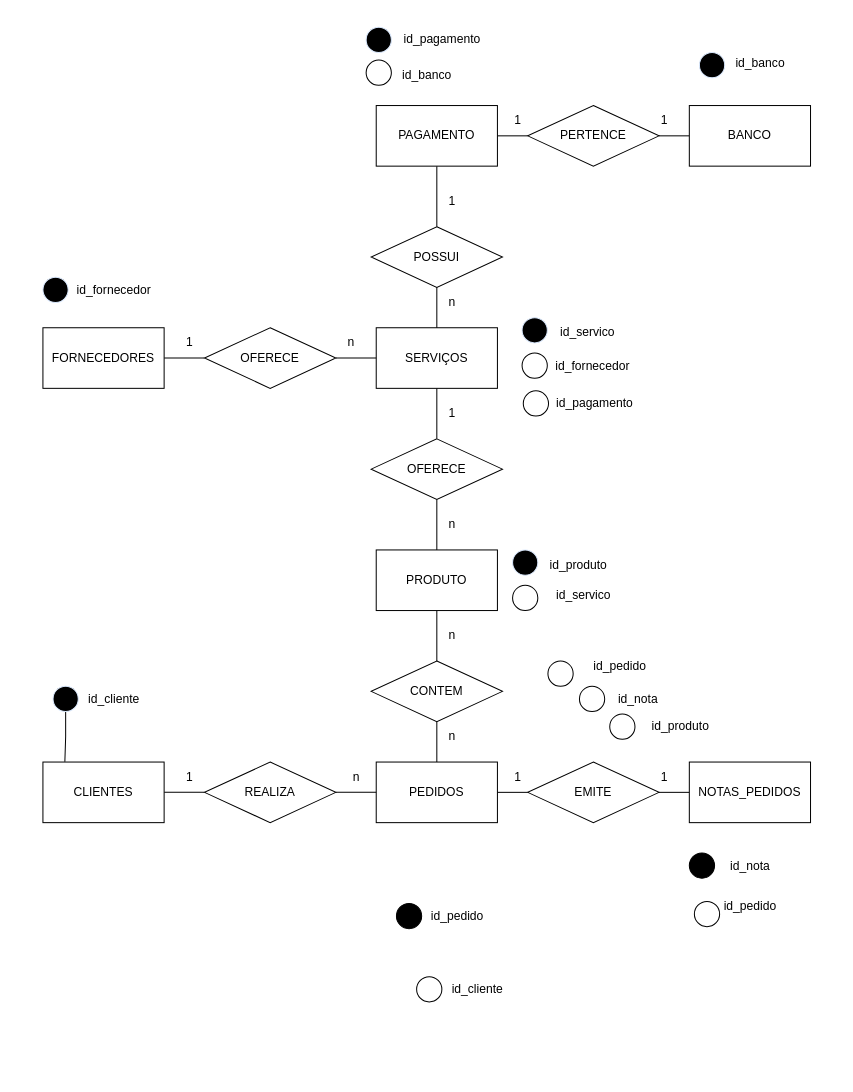
Earlier version of the draw.io diagram agencia_de_turismo_DER.drawio (GustavoSouza123/ERDs). Source tidied: cells renumbered, new cells numbered last; positions are measured from the earlier drawing's top-left corner, leaving out a move shared by most shapes. Both pictures are drawn from the tidied source at 101%, with x=0, y=0 at pixel (42, 24).
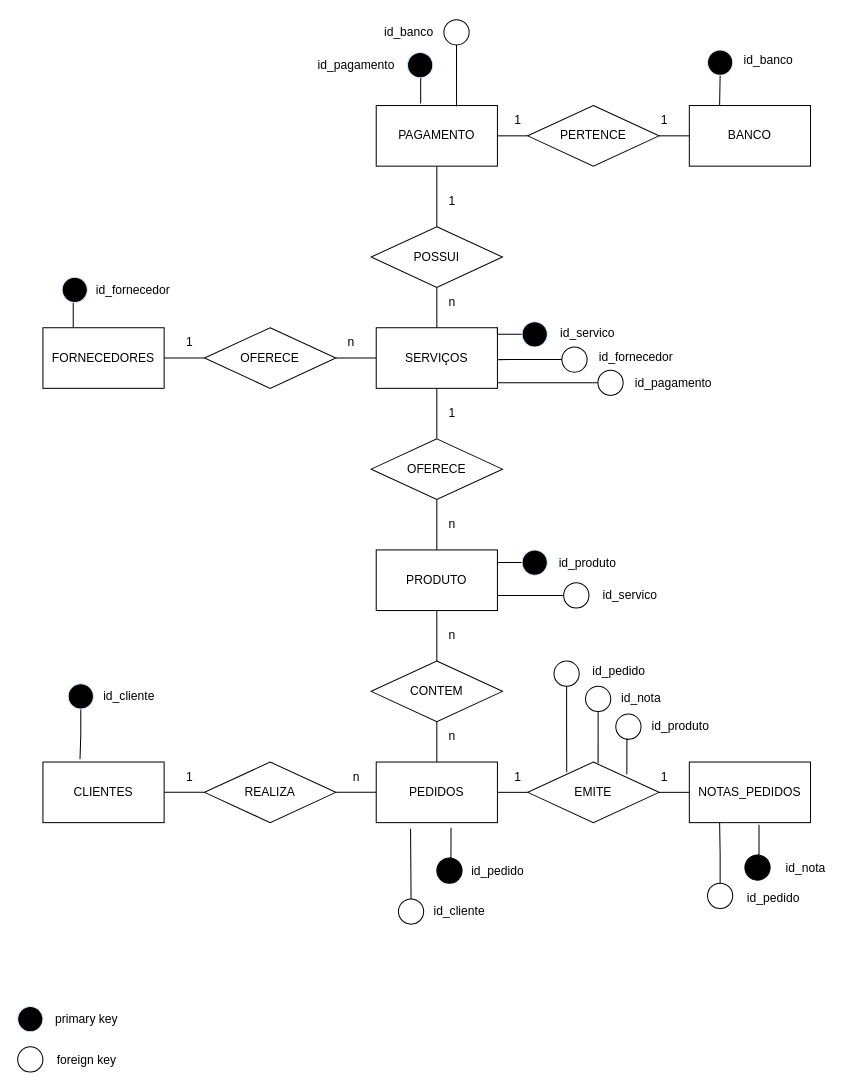
The same page after the edit.

Commit message:
finish DER: agencia_de_turismo_DER.drawio

Unchanged cells that the change refers to:
```xml
<mxCell id="3" value="FORNECEDORES" style="rounded=0;whiteSpace=wrap;html=1;" parent="1" vertex="1">
  <mxGeometry y="300" width="120" height="60" as="geometry" />
</mxCell>
<mxCell id="5" value="SERVIÇOS" style="rounded=0;whiteSpace=wrap;html=1;" parent="1" vertex="1">
  <mxGeometry x="330" y="300" width="120" height="60" as="geometry" />
</mxCell>
<mxCell id="11" value="PRODUTO" style="rounded=0;whiteSpace=wrap;html=1;" parent="1" vertex="1">
  <mxGeometry x="330" y="520" width="120" height="60" as="geometry" />
</mxCell>
<mxCell id="13" value="CLIENTES" style="rounded=0;whiteSpace=wrap;html=1;" parent="1" vertex="1">
  <mxGeometry y="730" width="120" height="60" as="geometry" />
</mxCell>
<mxCell id="15" value="PEDIDOS" style="rounded=0;whiteSpace=wrap;html=1;" parent="1" vertex="1">
  <mxGeometry x="330" y="730" width="120" height="60" as="geometry" />
</mxCell>
<mxCell id="19" value="EMITE" style="rhombus;whiteSpace=wrap;html=1;" parent="1" vertex="1">
  <mxGeometry x="480" y="730" width="130" height="60" as="geometry" />
</mxCell>
<mxCell id="20" value="NOTAS_PEDIDOS" style="rounded=0;whiteSpace=wrap;html=1;" parent="1" vertex="1">
  <mxGeometry x="640" y="730" width="120" height="60" as="geometry" />
</mxCell>
<mxCell id="25" value="PAGAMENTO" style="rounded=0;whiteSpace=wrap;html=1;" parent="1" vertex="1">
  <mxGeometry x="330" y="80" width="120" height="60" as="geometry" />
</mxCell>
<mxCell id="28" value="BANCO" style="rounded=0;whiteSpace=wrap;html=1;" parent="1" vertex="1">
  <mxGeometry x="640" y="80" width="120" height="60" as="geometry" />
</mxCell>
```

The edit, as a diff of the source:
```diff
@@
-    <mxCell id="45" style="edgeStyle=orthogonalEdgeStyle;rounded=0;jettySize=auto;html=1;exitX=0.5;exitY=1;exitDx=0;exitDy=0;entryX=0.181;entryY=-0.005;entryDx=0;entryDy=0;entryPerimeter=0;endArrow=none;endFill=0;" parent="1" edge="1" source="46" target="13">
-      <mxGeometry relative="1" as="geometry" />
+    <mxCell id="45" style="edgeStyle=orthogonalEdgeStyle;rounded=0;jettySize=auto;html=1;exitX=0.5;exitY=1;exitDx=0;exitDy=0;entryX=0.181;entryY=-0.005;entryDx=0;entryDy=0;entryPerimeter=0;endArrow=none;endFill=0;" parent="1" edge="1" source="46">
+      <mxGeometry relative="1" as="geometry">
+        <mxPoint x="36.7" y="727.2" as="targetPoint" />
+      </mxGeometry>
     </mxCell>
     <mxCell id="46" style="ellipse;whiteSpace=wrap;html=1;fillColor=#000000;strokeColor=#DAE8FC;gradientColor=none;gradientDirection=radial;" parent="1" vertex="1">
-      <mxGeometry x="10" y="655" width="25" height="25" as="geometry" />
+      <mxGeometry x="25" y="652.5" width="25" height="25" as="geometry" />
     </mxCell>
     <mxCell id="47" value="id_cliente" style="text;html=1;align=center;verticalAlign=middle;strokeColor=none;fillColor=none;" parent="1" vertex="1">
-      <mxGeometry x="35" y="652.5" width="70" height="30" as="geometry" />
+      <mxGeometry x="50" y="650" width="70" height="30" as="geometry" />
     </mxCell>
+    <mxCell id="80" style="edgeStyle=orthogonalEdgeStyle;rounded=0;jettySize=auto;html=1;exitX=0.5;exitY=0;exitDx=0;exitDy=0;entryX=0.617;entryY=1.083;entryDx=0;entryDy=0;entryPerimeter=0;endArrow=none;endFill=0;" parent="1" edge="1" source="48" target="15">
+      <mxGeometry relative="1" as="geometry" />
+    </mxCell>
     <mxCell id="48" style="ellipse;whiteSpace=wrap;html=1;fillColor=#000000;strokeColor=#000000;gradientColor=none;gradientDirection=radial;" parent="1" vertex="1">
-      <mxGeometry x="350" y="870" width="25" height="25" as="geometry" />
+      <mxGeometry x="390" y="825" width="25" height="25" as="geometry" />
     </mxCell>
     <mxCell id="49" value="id_pedido" style="text;html=1;align=center;verticalAlign=middle;strokeColor=none;fillColor=none;" parent="1" vertex="1">
-      <mxGeometry x="370" y="868" width="80" height="30" as="geometry" />
+      <mxGeometry x="410" y="823" width="80" height="30" as="geometry" />
     </mxCell>
+    <mxCell id="81" style="edgeStyle=orthogonalEdgeStyle;rounded=0;jettySize=auto;html=1;exitX=0.5;exitY=0;exitDx=0;exitDy=0;entryX=0.392;entryY=1.1;entryDx=0;entryDy=0;entryPerimeter=0;endArrow=none;endFill=0;" parent="1" edge="1" source="50">
+      <mxGeometry relative="1" as="geometry">
+        <mxPoint x="364" y="796" as="targetPoint" />
+      </mxGeometry>
+    </mxCell>
     <mxCell id="50" style="ellipse;whiteSpace=wrap;html=1;fillColor=none;strokeColor=#000000;gradientColor=none;gradientDirection=radial;" parent="1" vertex="1">
-      <mxGeometry x="370" y="942.5" width="25" height="25" as="geometry" />
+      <mxGeometry x="352" y="865.5" width="25" height="25" as="geometry" />
     </mxCell>
     <mxCell id="51" value="id_cliente" style="text;html=1;align=center;verticalAlign=middle;strokeColor=none;fillColor=none;" parent="1" vertex="1">
-      <mxGeometry x="395" y="940" width="70" height="30" as="geometry" />
+      <mxGeometry x="377" y="863" width="70" height="30" as="geometry" />
     </mxCell>
+    <mxCell id="82" style="edgeStyle=orthogonalEdgeStyle;rounded=0;jettySize=auto;html=1;exitX=0.5;exitY=0;exitDx=0;exitDy=0;entryX=0.575;entryY=1.033;entryDx=0;entryDy=0;entryPerimeter=0;endArrow=none;endFill=0;" parent="1" edge="1" source="52" target="20">
+      <mxGeometry relative="1" as="geometry" />
+    </mxCell>
     <mxCell id="52" style="ellipse;whiteSpace=wrap;html=1;fillColor=#000000;strokeColor=#000000;gradientColor=none;gradientDirection=radial;" parent="1" vertex="1">
-      <mxGeometry x="640" y="820" width="25" height="25" as="geometry" />
+      <mxGeometry x="695" y="822" width="25" height="25" as="geometry" />
     </mxCell>
     <mxCell id="53" value="id_nota" style="text;html=1;align=center;verticalAlign=middle;strokeColor=none;fillColor=none;" parent="1" vertex="1">
-      <mxGeometry x="670" y="818" width="60" height="30" as="geometry" />
+      <mxGeometry x="725" y="820" width="60" height="30" as="geometry" />
     </mxCell>
+    <mxCell id="83" style="edgeStyle=orthogonalEdgeStyle;rounded=0;jettySize=auto;html=1;exitX=0.5;exitY=0;exitDx=0;exitDy=0;entryX=0.25;entryY=1;entryDx=0;entryDy=0;endArrow=none;endFill=0;" parent="1" edge="1" source="54" target="20">
+      <mxGeometry relative="1" as="geometry" />
+    </mxCell>
     <mxCell id="54" style="ellipse;whiteSpace=wrap;html=1;fillColor=none;strokeColor=#000000;gradientColor=none;gradientDirection=radial;" parent="1" vertex="1">
-      <mxGeometry x="645" y="868" width="25" height="25" as="geometry" />
+      <mxGeometry x="658" y="850" width="25" height="25" as="geometry" />
     </mxCell>
     <mxCell id="55" value="id_pedido" style="text;html=1;align=center;verticalAlign=middle;strokeColor=none;fillColor=none;" parent="1" vertex="1">
-      <mxGeometry x="660" y="858" width="80" height="30" as="geometry" />
+      <mxGeometry x="683" y="850" width="80" height="30" as="geometry" />
     </mxCell>
+    <mxCell id="84" style="edgeStyle=orthogonalEdgeStyle;rounded=0;jettySize=auto;html=1;exitX=0.5;exitY=1;exitDx=0;exitDy=0;entryX=0.297;entryY=0.167;entryDx=0;entryDy=0;entryPerimeter=0;endArrow=none;endFill=0;" parent="1" edge="1" source="56" target="19">
+      <mxGeometry relative="1" as="geometry" />
+    </mxCell>
     <mxCell id="56" style="ellipse;whiteSpace=wrap;html=1;fillColor=none;strokeColor=#000000;gradientColor=none;gradientDirection=radial;" parent="1" vertex="1">
-      <mxGeometry x="500" y="630" width="25" height="25" as="geometry" />
+      <mxGeometry x="506" y="630" width="25" height="25" as="geometry" />
     </mxCell>
     <mxCell id="57" value="id_nota" style="text;html=1;align=center;verticalAlign=middle;strokeColor=none;fillColor=none;" parent="1" vertex="1">
-      <mxGeometry x="558.8" y="652.5" width="60" height="30" as="geometry" />
+      <mxGeometry x="562.2" y="651.5" width="60" height="30" as="geometry" />
     </mxCell>
+    <mxCell id="85" style="edgeStyle=orthogonalEdgeStyle;rounded=0;jettySize=auto;html=1;exitX=0.5;exitY=1;exitDx=0;exitDy=0;entryX=0.536;entryY=0.019;entryDx=0;entryDy=0;entryPerimeter=0;endArrow=none;endFill=0;" parent="1" edge="1" source="58" target="19">
+      <mxGeometry relative="1" as="geometry" />
+    </mxCell>
     <mxCell id="58" style="ellipse;whiteSpace=wrap;html=1;fillColor=none;strokeColor=#000000;gradientColor=none;gradientDirection=radial;" parent="1" vertex="1">
-      <mxGeometry x="531.2" y="655" width="25" height="25" as="geometry" />
+      <mxGeometry x="537.2" y="655" width="25" height="25" as="geometry" />
     </mxCell>
     <mxCell id="59" value="id_pedido" style="text;html=1;align=center;verticalAlign=middle;strokeColor=none;fillColor=none;" parent="1" vertex="1">
-      <mxGeometry x="531.2" y="620" width="80" height="30" as="geometry" />
+      <mxGeometry x="530" y="625" width="80" height="30" as="geometry" />
     </mxCell>
+    <mxCell id="86" style="edgeStyle=orthogonalEdgeStyle;rounded=0;jettySize=auto;html=1;exitX=0.5;exitY=1;exitDx=0;exitDy=0;entryX=0.755;entryY=0.202;entryDx=0;entryDy=0;entryPerimeter=0;endArrow=none;endFill=0;" parent="1" edge="1" source="60" target="19">
+      <mxGeometry relative="1" as="geometry" />
+    </mxCell>
     <mxCell id="60" style="ellipse;whiteSpace=wrap;html=1;fillColor=none;strokeColor=#000000;gradientColor=none;gradientDirection=radial;" parent="1" vertex="1">
-      <mxGeometry x="561.2" y="682.5" width="25" height="25" as="geometry" />
+      <mxGeometry x="567.2" y="682.5" width="25" height="25" as="geometry" />
     </mxCell>
     <mxCell id="61" value="id_produto" style="text;html=1;align=center;verticalAlign=middle;strokeColor=none;fillColor=none;" parent="1" vertex="1">
-      <mxGeometry x="591.2" y="680" width="80" height="30" as="geometry" />
+      <mxGeometry x="590.5" y="680" width="80" height="30" as="geometry" />
     </mxCell>
+    <mxCell id="87" style="edgeStyle=orthogonalEdgeStyle;rounded=0;jettySize=auto;html=1;exitX=0;exitY=0.5;exitDx=0;exitDy=0;entryX=1;entryY=0.75;entryDx=0;entryDy=0;endArrow=none;endFill=0;" parent="1" edge="1" source="62" target="11">
+      <mxGeometry relative="1" as="geometry" />
+    </mxCell>
     <mxCell id="62" style="ellipse;whiteSpace=wrap;html=1;fillColor=none;strokeColor=#000000;gradientColor=none;gradientDirection=radial;" parent="1" vertex="1">
-      <mxGeometry x="465" y="555" width="25" height="25" as="geometry" />
+      <mxGeometry x="515.6" y="552.5" width="25" height="25" as="geometry" />
     </mxCell>
     <mxCell id="63" value="id_produto" style="text;html=1;align=center;verticalAlign=middle;strokeColor=none;fillColor=none;" parent="1" vertex="1">
-      <mxGeometry x="490" y="520" width="80" height="30" as="geometry" />
+      <mxGeometry x="499.4" y="517.5" width="80" height="30" as="geometry" />
     </mxCell>
+    <mxCell id="88" style="edgeStyle=orthogonalEdgeStyle;rounded=0;jettySize=auto;html=1;exitX=0;exitY=0.5;exitDx=0;exitDy=0;entryX=1;entryY=0.25;entryDx=0;entryDy=0;endArrow=none;endFill=0;" parent="1" edge="1" source="64" target="11">
+      <mxGeometry relative="1" as="geometry" />
+    </mxCell>
     <mxCell id="64" style="ellipse;whiteSpace=wrap;html=1;fillColor=#000000;strokeColor=#DAE8FC;gradientColor=none;gradientDirection=radial;" parent="1" vertex="1">
-      <mxGeometry x="465" y="520" width="25" height="25" as="geometry" />
+      <mxGeometry x="474.4" y="520" width="25" height="25" as="geometry" />
     </mxCell>
     <mxCell id="65" value="id_servico" style="text;html=1;align=center;verticalAlign=middle;strokeColor=none;fillColor=none;" parent="1" vertex="1">
-      <mxGeometry x="495" y="550" width="80" height="30" as="geometry" />
+      <mxGeometry x="540.6" y="550" width="80" height="30" as="geometry" />
     </mxCell>
+    <mxCell id="89" style="edgeStyle=orthogonalEdgeStyle;rounded=0;jettySize=auto;html=1;exitX=0;exitY=0.5;exitDx=0;exitDy=0;entryX=1.007;entryY=0.526;entryDx=0;entryDy=0;entryPerimeter=0;endArrow=none;endFill=0;" parent="1" edge="1" source="66" target="5">
+      <mxGeometry relative="1" as="geometry" />
+    </mxCell>
     <mxCell id="66" style="ellipse;whiteSpace=wrap;html=1;fillColor=none;strokeColor=#000000;gradientColor=none;gradientDirection=radial;" parent="1" vertex="1">
-      <mxGeometry x="474.4" y="325" width="25" height="25" as="geometry" />
+      <mxGeometry x="513.8" y="319" width="25" height="25" as="geometry" />
     </mxCell>
+    <mxCell id="90" style="edgeStyle=orthogonalEdgeStyle;rounded=0;jettySize=auto;html=1;exitX=0;exitY=0.5;exitDx=0;exitDy=0;entryX=1;entryY=0;entryDx=0;entryDy=0;endArrow=none;endFill=0;" parent="1" edge="1" source="67" target="5">
+      <mxGeometry relative="1" as="geometry" />
+    </mxCell>
     <mxCell id="67" style="ellipse;whiteSpace=wrap;html=1;fillColor=#000000;strokeColor=#DAE8FC;gradientColor=none;gradientDirection=radial;" parent="1" vertex="1">
-      <mxGeometry x="474.4" y="290" width="25" height="25" as="geometry" />
+      <mxGeometry x="474.4" y="294" width="25" height="25" as="geometry" />
     </mxCell>
     <mxCell id="68" value="id_servico" style="text;html=1;align=center;verticalAlign=middle;strokeColor=none;fillColor=none;" parent="1" vertex="1">
-      <mxGeometry x="499.4" y="290" width="80" height="30" as="geometry" />
+      <mxGeometry x="499.4" y="290.5" width="80" height="30" as="geometry" />
     </mxCell>
     <mxCell id="69" value="id_fornecedor" style="text;html=1;align=center;verticalAlign=middle;strokeColor=none;fillColor=none;" parent="1" vertex="1">
-      <mxGeometry x="494.4" y="322.5" width="100" height="30" as="geometry" />
+      <mxGeometry x="537.2" y="313.5" width="100" height="30" as="geometry" />
     </mxCell>
+    <mxCell id="91" style="edgeStyle=orthogonalEdgeStyle;rounded=0;jettySize=auto;html=1;exitX=0;exitY=0.5;exitDx=0;exitDy=0;entryX=1;entryY=0.909;entryDx=0;entryDy=0;entryPerimeter=0;endArrow=none;endFill=0;" parent="1" edge="1" source="70" target="5">
+      <mxGeometry relative="1" as="geometry" />
+    </mxCell>
     <mxCell id="70" style="ellipse;whiteSpace=wrap;html=1;fillColor=none;strokeColor=#000000;gradientColor=none;gradientDirection=radial;" parent="1" vertex="1">
-      <mxGeometry x="475.6" y="362.5" width="25" height="25" as="geometry" />
+      <mxGeometry x="549.5" y="342" width="25" height="25" as="geometry" />
     </mxCell>
     <mxCell id="71" value="id_pagamento" style="text;html=1;align=center;verticalAlign=middle;strokeColor=none;fillColor=none;" parent="1" vertex="1">
-      <mxGeometry x="495.6" y="360" width="100" height="30" as="geometry" />
+      <mxGeometry x="573.5" y="339.5" width="100" height="30" as="geometry" />
     </mxCell>
+    <mxCell id="92" style="edgeStyle=orthogonalEdgeStyle;rounded=0;jettySize=auto;html=1;exitX=0.5;exitY=1;exitDx=0;exitDy=0;entryX=0.25;entryY=0;entryDx=0;entryDy=0;endArrow=none;endFill=0;" parent="1" edge="1" source="72" target="3">
+      <mxGeometry relative="1" as="geometry" />
+    </mxCell>
     <mxCell id="72" style="ellipse;whiteSpace=wrap;html=1;fillColor=#000000;strokeColor=#DAE8FC;gradientColor=none;gradientDirection=radial;" parent="1" vertex="1">
-      <mxGeometry y="250" width="25" height="25" as="geometry" />
+      <mxGeometry x="19" y="250" width="25" height="25" as="geometry" />
     </mxCell>
     <mxCell id="73" value="id_fornecedor" style="text;html=1;align=center;verticalAlign=middle;strokeColor=none;fillColor=none;" parent="1" vertex="1">
-      <mxGeometry x="20" y="247.5" width="100" height="30" as="geometry" />
+      <mxGeometry x="39" y="247.5" width="100" height="30" as="geometry" />
     </mxCell>
+    <mxCell id="93" style="edgeStyle=orthogonalEdgeStyle;rounded=0;orthogonalLoop=1;jettySize=auto;html=1;exitX=0.5;exitY=1;exitDx=0;exitDy=0;entryX=0.35;entryY=-0.033;entryDx=0;entryDy=0;entryPerimeter=0;endArrow=none;endFill=0;" parent="1" edge="1">
+      <mxGeometry relative="1" as="geometry">
+        <mxPoint x="375.5" y="52.5" as="sourcePoint" />
+        <mxPoint x="374" y="78" as="targetPoint" />
+      </mxGeometry>
+    </mxCell>
     <mxCell id="74" style="ellipse;whiteSpace=wrap;html=1;fillColor=#000000;strokeColor=#DAE8FC;gradientColor=none;gradientDirection=radial;" parent="1" vertex="1">
-      <mxGeometry x="320" y="2.5" width="25" height="25" as="geometry" />
+      <mxGeometry x="361" y="27.5" width="25" height="25" as="geometry" />
     </mxCell>
     <mxCell id="75" value="id_pagamento" style="text;html=1;align=center;verticalAlign=middle;strokeColor=none;fillColor=none;" parent="1" vertex="1">
-      <mxGeometry x="345" width="100" height="30" as="geometry" />
+      <mxGeometry x="260" y="25" width="100" height="30" as="geometry" />
     </mxCell>
+    <mxCell id="94" style="edgeStyle=orthogonalEdgeStyle;rounded=0;jettySize=auto;html=1;exitX=0.5;exitY=1;exitDx=0;exitDy=0;entryX=0.663;entryY=0.011;entryDx=0;entryDy=0;entryPerimeter=0;endArrow=none;endFill=0;" parent="1" edge="1" source="76" target="25">
+      <mxGeometry relative="1" as="geometry" />
+    </mxCell>
     <mxCell id="76" style="ellipse;whiteSpace=wrap;html=1;fillColor=none;strokeColor=#000000;gradientColor=none;gradientDirection=radial;" parent="1" vertex="1">
-      <mxGeometry x="320" y="35" width="25" height="25" as="geometry" />
+      <mxGeometry x="397" y="-5" width="25" height="25" as="geometry" />
     </mxCell>
     <mxCell id="77" value="id_banco" style="text;html=1;align=center;verticalAlign=middle;strokeColor=none;fillColor=none;" parent="1" vertex="1">
-      <mxGeometry x="345" y="35" width="70" height="30" as="geometry" />
+      <mxGeometry x="327" y="-7.5" width="70" height="30" as="geometry" />
     </mxCell>
     <mxCell id="78" value="id_banco" style="text;html=1;align=center;verticalAlign=middle;strokeColor=none;fillColor=none;" parent="1" vertex="1">
-      <mxGeometry x="675" y="22.5" width="70" height="30" as="geometry" />
+      <mxGeometry x="683" y="20" width="70" height="30" as="geometry" />
     </mxCell>
+    <mxCell id="95" style="edgeStyle=orthogonalEdgeStyle;rounded=0;jettySize=auto;html=1;exitX=0.5;exitY=1;exitDx=0;exitDy=0;entryX=0.25;entryY=0;entryDx=0;entryDy=0;endArrow=none;endFill=0;" parent="1" edge="1" source="79" target="28">
+      <mxGeometry relative="1" as="geometry" />
+    </mxCell>
     <mxCell id="79" style="ellipse;whiteSpace=wrap;html=1;fillColor=#000000;strokeColor=#DAE8FC;gradientColor=none;gradientDirection=radial;" parent="1" vertex="1">
-      <mxGeometry x="650" y="27.5" width="25" height="25" as="geometry" />
+      <mxGeometry x="658" y="25" width="25" height="25" as="geometry" />
     </mxCell>
+    <mxCell id="96" style="ellipse;whiteSpace=wrap;html=1;fillColor=#000000;strokeColor=#DAE8FC;gradientColor=none;gradientDirection=radial;" parent="1" vertex="1">
+      <mxGeometry x="-25" y="972" width="25" height="25" as="geometry" />
+    </mxCell>
+    <mxCell id="97" style="ellipse;whiteSpace=wrap;html=1;fillColor=none;strokeColor=#000000;gradientColor=none;gradientDirection=radial;" parent="1" vertex="1">
+      <mxGeometry x="-25" y="1012" width="25" height="25" as="geometry" />
+    </mxCell>
+    <mxCell id="98" value="primary key" style="text;html=1;align=center;verticalAlign=middle;strokeColor=none;fillColor=none;" parent="1" vertex="1">
+      <mxGeometry x="-2" y="969.5" width="90" height="30" as="geometry" />
+    </mxCell>
+    <mxCell id="99" value="foreign key" style="text;html=1;align=center;verticalAlign=middle;strokeColor=none;fillColor=none;" parent="1" vertex="1">
+      <mxGeometry x="2.5" y="1009.5" width="80" height="30" as="geometry" />
+    </mxCell>
```
